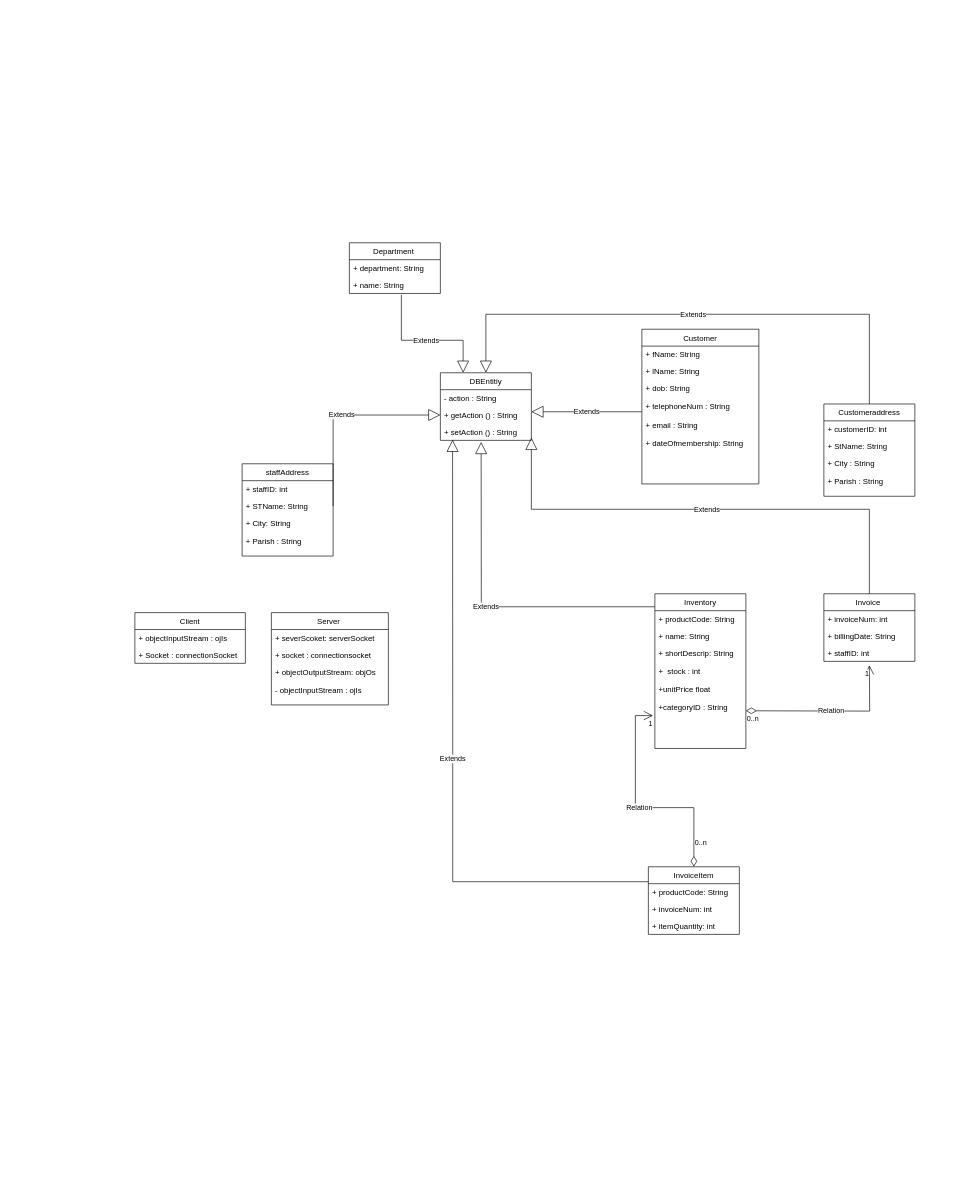
Before: page "UML DIAGRAM" (2 of 2) of Documentation/Diagrams/Group Project Diagrams.drawio in SCIT-Group-Project-2021/AP-Group-Project-2022, a draw.io diagram. Source tidied: cells renumbered, new cells numbered last; positions are measured from the earlier drawing's top-left corner, leaving out a move shared by most shapes. Both pictures are drawn from the tidied source at 65%, with x=0, y=0 at pixel (135, 242).
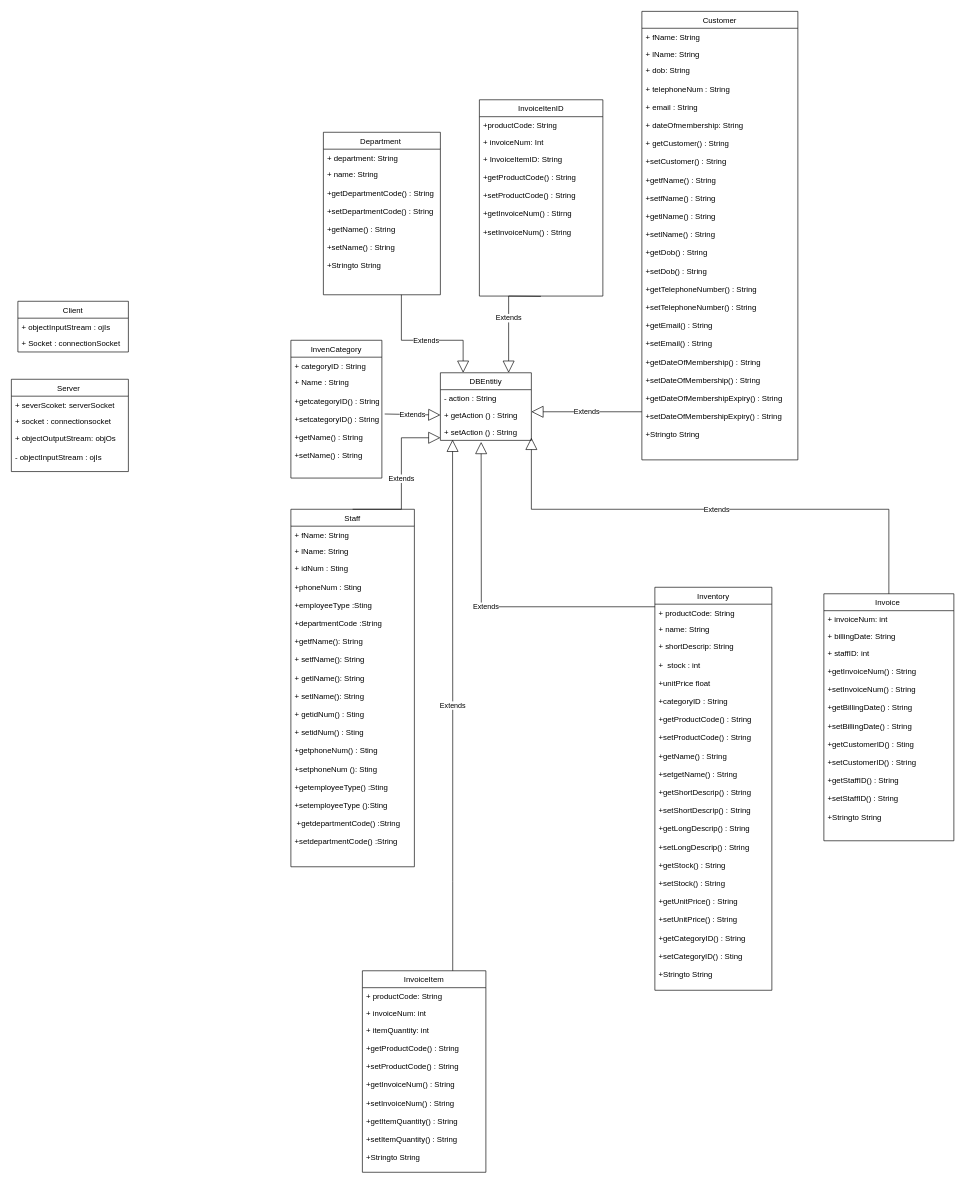
After the change.

Unchanged cells that the change refers to:
```xml
<mxCell id="29" value="DBEntitiy" style="swimlane;fontStyle=0;horizontal=1;startSize=26;fillColor=none;" parent="1" vertex="1">
  <mxGeometry x="470" y="200" width="140" height="104" as="geometry" />
</mxCell>
<mxCell id="31" value="+ getAction () : String " style="text;strokeColor=none;fillColor=none;align=left;verticalAlign=top;spacingLeft=4;spacingRight=4;overflow=hidden;points=[[0,0.5],[1,0.5]];portConstraint=eastwest;" parent="29" vertex="1">
  <mxGeometry y="52" width="140" height="26" as="geometry" />
</mxCell>
<mxCell id="32" value="+ setAction () : String " style="text;strokeColor=none;fillColor=none;align=left;verticalAlign=top;spacingLeft=4;spacingRight=4;overflow=hidden;points=[[0,0.5],[1,0.5]];portConstraint=eastwest;" parent="29" vertex="1">
  <mxGeometry y="78" width="140" height="26" as="geometry" />
</mxCell>
```

Diff of the diagram source:
```diff
@@
     <mxCell id="2" value="Customer" style="swimlane;fontStyle=0;horizontal=1;startSize=26;fillColor=none;" parent="1" vertex="1">
-      <mxGeometry x="780" y="133" width="180" height="238" as="geometry" />
+      <mxGeometry x="780" y="-356" width="240" height="690" as="geometry" />
     </mxCell>
     <mxCell id="3" value="+ fName: String" style="text;strokeColor=none;fillColor=none;align=left;verticalAlign=top;spacingLeft=4;spacingRight=4;overflow=hidden;" parent="2" vertex="1">
-      <mxGeometry y="26" width="180" height="26" as="geometry" />
+      <mxGeometry y="26" width="240" height="26" as="geometry" />
     </mxCell>
     <mxCell id="4" value="+ lName: String" style="text;strokeColor=none;fillColor=none;align=left;verticalAlign=top;spacingLeft=4;spacingRight=4;overflow=hidden;" parent="2" vertex="1">
-      <mxGeometry y="52" width="180" height="26" as="geometry" />
+      <mxGeometry y="52" width="240" height="26" as="geometry" />
     </mxCell>
-    <mxCell id="5" value="+ dob: String &#10;&#10;+ telephoneNum : String&#10;&#10;+ email : String &#10;&#10;+ dateOfmembership: String " style="text;strokeColor=none;fillColor=none;align=left;verticalAlign=top;spacingLeft=4;spacingRight=4;overflow=hidden;" parent="2" vertex="1">
-      <mxGeometry y="78" width="180" height="160" as="geometry" />
+    <mxCell id="5" value="+ dob: String &#10;&#10;+ telephoneNum : String&#10;&#10;+ email : String &#10;&#10;+ dateOfmembership: String&#10;&#10;+ getCustomer() : String &#10;&#10;+setCustomer() : String &#10;&#10;+getfName() : String &#10;&#10;+setfName() : String &#10;&#10;+getlName() : String &#10;&#10;+setlName() : String &#10;&#10;+getDob() : String &#10;&#10;+setDob() : String &#10;&#10;+getTelephoneNumber() : String &#10;&#10;+setTelephoneNumber() : String&#10;&#10;+getEmail() : String &#10;&#10;+setEmail() : String   &#10;&#10;+getDateOfMembership() : String&#10;&#10;+setDateOfMembership() : String &#10;&#10;+getDateOfMembershipExpiry() : String  &#10;&#10;+setDateOfMembershipExpiry() : String &#10;&#10;+Stringto String &#10;" style="text;strokeColor=none;fillColor=none;align=left;verticalAlign=top;spacingLeft=4;spacingRight=4;overflow=hidden;" parent="2" vertex="1">
+      <mxGeometry y="78" width="240" height="612" as="geometry" />
     </mxCell>
-    <mxCell id="6" value="Customeraddress" style="swimlane;fontStyle=0;horizontal=1;startSize=26;fillColor=none;" parent="1" vertex="1">
-      <mxGeometry x="1060" y="248" width="140" height="142" as="geometry" />
-    </mxCell>
-    <mxCell id="7" value="+ customerID: int" style="text;strokeColor=none;fillColor=none;align=left;verticalAlign=top;spacingLeft=4;spacingRight=4;overflow=hidden;" parent="6" vertex="1">
-      <mxGeometry y="26" width="140" height="26" as="geometry" />
-    </mxCell>
-    <mxCell id="8" value="+ StName: String" style="text;strokeColor=none;fillColor=none;align=left;verticalAlign=top;spacingLeft=4;spacingRight=4;overflow=hidden;" parent="6" vertex="1">
-      <mxGeometry y="52" width="140" height="26" as="geometry" />
-    </mxCell>
-    <mxCell id="9" value="+ City : String&#10;&#10;+ Parish : String " style="text;strokeColor=none;fillColor=none;align=left;verticalAlign=top;spacingLeft=4;spacingRight=4;overflow=hidden;" parent="6" vertex="1">
-      <mxGeometry y="78" width="140" height="64" as="geometry" />
-    </mxCell>
     <mxCell id="10" value="Department " style="swimlane;fontStyle=0;horizontal=1;startSize=26;fillColor=none;" parent="1" vertex="1">
-      <mxGeometry x="330" width="140" height="78" as="geometry" />
+      <mxGeometry x="290" y="-170" width="180" height="250" as="geometry" />
     </mxCell>
     <mxCell id="11" value="+ department: String " style="text;strokeColor=none;fillColor=none;align=left;verticalAlign=top;spacingLeft=4;spacingRight=4;overflow=hidden;" parent="10" vertex="1">
-      <mxGeometry y="26" width="140" height="26" as="geometry" />
+      <mxGeometry y="26" width="180" height="26" as="geometry" />
     </mxCell>
-    <mxCell id="12" value="+ name: String " style="text;strokeColor=none;fillColor=none;align=left;verticalAlign=top;spacingLeft=4;spacingRight=4;overflow=hidden;" parent="10" vertex="1">
-      <mxGeometry y="52" width="140" height="26" as="geometry" />
+    <mxCell id="12" value="+ name: String&#10;&#10;+getDepartmentCode() : String&#10;&#10;+setDepartmentCode() : String &#10;&#10;+getName() : String &#10;&#10;+setName() : String &#10;&#10;+Stringto String   " style="text;strokeColor=none;fillColor=none;align=left;verticalAlign=top;spacingLeft=4;spacingRight=4;overflow=hidden;" parent="10" vertex="1">
+      <mxGeometry y="52" width="180" height="198" as="geometry" />
     </mxCell>
     <mxCell id="13" value="InvoiceItem" style="swimlane;fontStyle=0;horizontal=1;startSize=26;fillColor=none;" parent="1" vertex="1">
-      <mxGeometry x="790" y="960" width="140" height="104" as="geometry" />
+      <mxGeometry x="350" y="1120" width="190" height="310" as="geometry" />
     </mxCell>
     <mxCell id="14" value="+ productCode: String" style="text;strokeColor=none;fillColor=none;align=left;verticalAlign=top;spacingLeft=4;spacingRight=4;overflow=hidden;" parent="13" vertex="1">
-      <mxGeometry y="26" width="140" height="26" as="geometry" />
+      <mxGeometry y="26" width="190" height="26" as="geometry" />
     </mxCell>
     <mxCell id="15" value="+ invoiceNum: int" style="text;strokeColor=none;fillColor=none;align=left;verticalAlign=top;spacingLeft=4;spacingRight=4;overflow=hidden;" parent="13" vertex="1">
-      <mxGeometry y="52" width="140" height="26" as="geometry" />
+      <mxGeometry y="52" width="190" height="26" as="geometry" />
     </mxCell>
-    <mxCell id="16" value="+ itemQuantity: int" style="text;strokeColor=none;fillColor=none;align=left;verticalAlign=top;spacingLeft=4;spacingRight=4;overflow=hidden;" parent="13" vertex="1">
-      <mxGeometry y="78" width="140" height="26" as="geometry" />
+    <mxCell id="16" value="+ itemQuantity: int&#10;&#10;+getProductCode() : String &#10;&#10;+setProductCode() : String &#10;&#10;+getInvoiceNum() : String&#10;&#10;+setInvoiceNum() : String &#10;&#10;+getItemQuantity() : String &#10;&#10;+setItemQuantity() : String &#10;&#10;+Stringto String " style="text;strokeColor=none;fillColor=none;align=left;verticalAlign=top;spacingLeft=4;spacingRight=4;overflow=hidden;" parent="13" vertex="1">
+      <mxGeometry y="78" width="190" height="232" as="geometry" />
     </mxCell>
     <mxCell id="17" value="Inventory" style="swimlane;fontStyle=0;horizontal=1;startSize=26;fillColor=none;" parent="1" vertex="1">
-      <mxGeometry x="800" y="540" width="140" height="238" as="geometry" />
+      <mxGeometry x="800" y="530" width="180" height="620" as="geometry" />
     </mxCell>
     <mxCell id="18" value="+ productCode: String " style="text;strokeColor=none;fillColor=none;align=left;verticalAlign=top;spacingLeft=4;spacingRight=4;overflow=hidden;" parent="17" vertex="1">
-      <mxGeometry y="26" width="140" height="26" as="geometry" />
+      <mxGeometry y="26" width="180" height="26" as="geometry" />
     </mxCell>
     <mxCell id="19" value="+ name: String" style="text;strokeColor=none;fillColor=none;align=left;verticalAlign=top;spacingLeft=4;spacingRight=4;overflow=hidden;" parent="17" vertex="1">
-      <mxGeometry y="52" width="140" height="26" as="geometry" />
+      <mxGeometry y="52" width="180" height="26" as="geometry" />
     </mxCell>
-    <mxCell id="20" value="+ shortDescrip: String&#10;&#10;+  stock : int&#10;&#10;+unitPrice float&#10;&#10;+categoryID : String  " style="text;strokeColor=none;fillColor=none;align=left;verticalAlign=top;spacingLeft=4;spacingRight=4;overflow=hidden;points=[[0,0.5],[1,0.5]];portConstraint=eastwest;" parent="17" vertex="1">
-      <mxGeometry y="78" width="140" height="160" as="geometry" />
+    <mxCell id="20" value="+ shortDescrip: String&#10;&#10;+  stock : int&#10;&#10;+unitPrice float&#10;&#10;+categoryID : String&#10;&#10;+getProductCode() : String &#10;&#10;+setProductCode() : String &#10;&#10;+getName() : String &#10;&#10;+setgetName() : String &#10;&#10;+getShortDescrip() : String &#10;&#10;+setShortDescrip() : String &#10;&#10;+getLongDescrip() : String &#10;&#10;+setLongDescrip() : String&#10;&#10;+getStock() : String &#10;&#10;+setStock() : String &#10;&#10;+getUnitPrice() : String &#10;&#10;+setUnitPrice() : String &#10;&#10;+getCategoryID() : String &#10;&#10;+setCategoryID() : Sting &#10;&#10;+Stringto String &#10;&#10;&#10;&#10;  " style="text;strokeColor=none;fillColor=none;align=left;verticalAlign=top;spacingLeft=4;spacingRight=4;overflow=hidden;points=[[0,0.5],[1,0.5]];portConstraint=eastwest;" parent="17" vertex="1">
+      <mxGeometry y="78" width="180" height="542" as="geometry" />
     </mxCell>
     <mxCell id="21" value="Invoice " style="swimlane;fontStyle=0;horizontal=1;startSize=26;fillColor=none;" parent="1" vertex="1">
-      <mxGeometry x="1060" y="540" width="140" height="104" as="geometry" />
+      <mxGeometry x="1060" y="540" width="200" height="380" as="geometry" />
     </mxCell>
     <mxCell id="22" value="+ invoiceNum: int" style="text;strokeColor=none;fillColor=none;align=left;verticalAlign=top;spacingLeft=4;spacingRight=4;overflow=hidden;" parent="21" vertex="1">
-      <mxGeometry y="26" width="140" height="26" as="geometry" />
+      <mxGeometry y="26" width="200" height="26" as="geometry" />
     </mxCell>
     <mxCell id="23" value="+ billingDate: String" style="text;strokeColor=none;fillColor=none;align=left;verticalAlign=top;spacingLeft=4;spacingRight=4;overflow=hidden;" parent="21" vertex="1">
-      <mxGeometry y="52" width="140" height="26" as="geometry" />
+      <mxGeometry y="52" width="200" height="26" as="geometry" />
     </mxCell>
-    <mxCell id="24" value="+ staffID: int" style="text;strokeColor=none;fillColor=none;align=left;verticalAlign=top;spacingLeft=4;spacingRight=4;overflow=hidden;" parent="21" vertex="1">
-      <mxGeometry y="78" width="140" height="26" as="geometry" />
+    <mxCell id="24" value="+ staffID: int&#10;&#10;+getInvoiceNum() : String &#10;&#10;+setInvoiceNum() : String &#10;&#10;+getBillingDate() : String &#10;&#10;+setBillingDate() : String&#10;&#10;+getCustomerID() : Sting &#10;&#10;+setCustomerID() : String &#10;&#10;+getStaffID() : String &#10;&#10;+setStaffID() : String &#10;&#10;+Stringto String " style="text;strokeColor=none;fillColor=none;align=left;verticalAlign=top;spacingLeft=4;spacingRight=4;overflow=hidden;" parent="21" vertex="1">
+      <mxGeometry y="78" width="200" height="302" as="geometry" />
     </mxCell>
-    <mxCell id="25" value="staffAddress" style="swimlane;fontStyle=0;horizontal=1;startSize=26;fillColor=none;" parent="1" vertex="1">
-      <mxGeometry x="165" y="340" width="140" height="142" as="geometry" />
-    </mxCell>
-    <mxCell id="26" value="+ staffID: int" style="text;strokeColor=none;fillColor=none;align=left;verticalAlign=top;spacingLeft=4;spacingRight=4;overflow=hidden;" parent="25" vertex="1">
-      <mxGeometry y="26" width="140" height="26" as="geometry" />
-    </mxCell>
-    <mxCell id="27" value="+ STName: String " style="text;strokeColor=none;fillColor=none;align=left;verticalAlign=top;spacingLeft=4;spacingRight=4;overflow=hidden;points=[[0,0.5],[1,0.5]];portConstraint=eastwest;" parent="25" vertex="1">
-      <mxGeometry y="52" width="140" height="26" as="geometry" />
-    </mxCell>
-    <mxCell id="28" value="+ City: String&#10;&#10;+ Parish : String  " style="text;strokeColor=none;fillColor=none;align=left;verticalAlign=top;spacingLeft=4;spacingRight=4;overflow=hidden;" parent="25" vertex="1">
-      <mxGeometry y="78" width="140" height="64" as="geometry" />
-    </mxCell>
@@
     <mxCell id="33" value="Server " style="swimlane;fontStyle=0;horizontal=1;startSize=26;fillColor=none;" parent="1" vertex="1">
-      <mxGeometry x="210" y="569" width="180" height="142" as="geometry" />
+      <mxGeometry x="-190" y="210" width="180" height="142" as="geometry" />
     </mxCell>
@@
     <mxCell id="37" value="Client" style="swimlane;fontStyle=0;horizontal=1;startSize=26;fillColor=none;" parent="1" vertex="1">
-      <mxGeometry y="569" width="170" height="78" as="geometry" />
+      <mxGeometry x="-180" y="90" width="170" height="78" as="geometry" />
     </mxCell>
@@
-    <mxCell id="41" value="Extends" style="endArrow=none;endSize=6;endFill=0;html=1;rounded=0;exitX=0.5;exitY=0;exitDx=0;exitDy=0;entryX=0.5;entryY=0;entryDx=0;entryDy=0;startArrow=block;startFill=0;targetPerimeterSpacing=0;sourcePerimeterSpacing=0;startSize=16;" parent="1" edge="1" source="29" target="6">
-      <mxGeometry relative="1" as="geometry">
-        <Array as="points">
-          <mxPoint x="540" y="110" />
-          <mxPoint x="1130" y="110" />
-        </Array>
-      </mxGeometry>
-    </mxCell>
     <mxCell id="42" value="Extends" style="endArrow=block;endSize=16;endFill=0;html=1;rounded=0;exitX=0.5;exitY=0;exitDx=0;exitDy=0;" parent="1" edge="1" source="21">
       <mxGeometry relative="1" as="geometry">
         <mxPoint x="610" y="300" as="targetPoint" />
         <Array as="points">
-          <mxPoint x="1130" y="410" />
+          <mxPoint x="1160" y="410" />
           <mxPoint x="610" y="410" />
         </Array>
       </mxGeometry>
     </mxCell>
-    <mxCell id="43" value="Relation" style="endArrow=open;html=1;endSize=12;startArrow=diamondThin;startSize=14;startFill=0;edgeStyle=orthogonalEdgeStyle;rounded=0;" parent="1" edge="1">
-      <mxGeometry relative="1" as="geometry">
-        <mxPoint x="940" y="720" as="sourcePoint" />
-        <mxPoint x="1130" y="650" as="targetPoint" />
-      </mxGeometry>
-    </mxCell>
-    <mxCell id="44" value="0..n" style="edgeLabel;html=1;align=left;verticalAlign=top;" parent="43" vertex="1">
-      <mxGeometry x="-1" relative="1" as="geometry" />
-    </mxCell>
-    <mxCell id="45" value="1" style="edgeLabel;html=1;align=right;verticalAlign=top;" parent="43" vertex="1">
-      <mxGeometry x="1" relative="1" as="geometry" />
-    </mxCell>
-    <mxCell id="46" value="Relation" style="endArrow=open;html=1;endSize=12;startArrow=diamondThin;startSize=14;startFill=0;edgeStyle=orthogonalEdgeStyle;rounded=0;exitX=0.5;exitY=0;exitDx=0;exitDy=0;entryX=-0.021;entryY=0.684;entryDx=0;entryDy=0;entryPerimeter=0;" parent="1" edge="1" source="13" target="20">
-      <mxGeometry relative="1" as="geometry">
-        <Array as="points">
-          <mxPoint x="860" y="869" />
-          <mxPoint x="770" y="869" />
-          <mxPoint x="770" y="727" />
-        </Array>
-      </mxGeometry>
-    </mxCell>
-    <mxCell id="47" value="0..n" style="edgeLabel;html=1;align=left;verticalAlign=top;" parent="46" vertex="1">
-      <mxGeometry x="-1" relative="1" as="geometry">
-        <mxPoint y="-50" as="offset" />
-      </mxGeometry>
-    </mxCell>
-    <mxCell id="48" value="1" style="edgeLabel;html=1;align=right;verticalAlign=top;" parent="46" vertex="1">
-      <mxGeometry x="1" relative="1" as="geometry" />
-    </mxCell>
@@
     <mxCell id="50" value="Extends" style="endArrow=block;endSize=16;endFill=0;html=1;rounded=0;entryX=0.134;entryY=0.962;entryDx=0;entryDy=0;entryPerimeter=0;" parent="1" edge="1" target="32">
       <mxGeometry relative="1" as="geometry">
-        <mxPoint x="790" y="983" as="sourcePoint" />
+        <mxPoint x="489" y="1120" as="sourcePoint" />
         <Array as="points">
           <mxPoint x="489" y="983" />
           <mxPoint x="489" y="710" />
         </Array>
       </mxGeometry>
     </mxCell>
-    <mxCell id="51" value="Extends" style="endArrow=block;endSize=16;endFill=0;html=1;rounded=0;exitX=1;exitY=0.5;exitDx=0;exitDy=0;entryX=0;entryY=0.5;entryDx=0;entryDy=0;" parent="1" edge="1" source="27" target="31">
-      <mxGeometry relative="1" as="geometry">
-        <Array as="points">
-          <mxPoint x="305" y="265" />
-        </Array>
-      </mxGeometry>
-    </mxCell>
@@
+    <mxCell id="53" value="InvoiceItenID" style="swimlane;fontStyle=0;horizontal=1;startSize=26;fillColor=none;" parent="1" vertex="1">
+      <mxGeometry x="530" y="-220" width="190" height="302" as="geometry" />
+    </mxCell>
+    <mxCell id="54" value="+productCode: String " style="text;strokeColor=none;fillColor=none;align=left;verticalAlign=top;spacingLeft=4;spacingRight=4;overflow=hidden;" parent="53" vertex="1">
+      <mxGeometry y="26" width="190" height="26" as="geometry" />
+    </mxCell>
+    <mxCell id="55" value="+ invoiceNum: Int " style="text;strokeColor=none;fillColor=none;align=left;verticalAlign=top;spacingLeft=4;spacingRight=4;overflow=hidden;" parent="53" vertex="1">
+      <mxGeometry y="52" width="190" height="26" as="geometry" />
+    </mxCell>
+    <mxCell id="56" value="+ InvoiceItemID: String&#10;&#10;+getProductCode() : String &#10;&#10;+setProductCode() : String&#10;&#10;+getInvoiceNum() : Stirng &#10;&#10;+setInvoiceNum() : String&#10; &#10;" style="text;strokeColor=none;fillColor=none;align=left;verticalAlign=top;spacingLeft=4;spacingRight=4;overflow=hidden;points=[[0,0.5],[1,0.5]];portConstraint=eastwest;" parent="53" vertex="1">
+      <mxGeometry y="78" width="190" height="224" as="geometry" />
+    </mxCell>
+    <mxCell id="57" value="Extends" style="endArrow=block;endSize=16;endFill=0;html=1;rounded=0;exitX=0.498;exitY=1.002;exitDx=0;exitDy=0;exitPerimeter=0;entryX=0.75;entryY=0;entryDx=0;entryDy=0;" parent="1" edge="1" source="56" target="29">
+      <mxGeometry relative="1" as="geometry">
+        <Array as="points">
+          <mxPoint x="575" y="82" />
+        </Array>
+      </mxGeometry>
+    </mxCell>
+    <mxCell id="58" value="InvenCategory" style="swimlane;fontStyle=0;horizontal=1;startSize=26;fillColor=none;" parent="1" vertex="1">
+      <mxGeometry x="240" y="150" width="140" height="212" as="geometry" />
+    </mxCell>
+    <mxCell id="59" value="+ categoryID : String " style="text;strokeColor=none;fillColor=none;align=left;verticalAlign=top;spacingLeft=4;spacingRight=4;overflow=hidden;" parent="58" vertex="1">
+      <mxGeometry y="26" width="140" height="26" as="geometry" />
+    </mxCell>
+    <mxCell id="60" value="+ Name : String &#10;&#10;+getcategoryID() : String &#10;&#10;+setcategoryID() : String&#10;&#10;+getName() : String &#10;&#10;+setName() : String  &#10;" style="text;strokeColor=none;fillColor=none;align=left;verticalAlign=top;spacingLeft=4;spacingRight=4;overflow=hidden;points=[[0,0.5],[1,0.5]];portConstraint=eastwest;" parent="58" vertex="1">
+      <mxGeometry y="52" width="140" height="160" as="geometry" />
+    </mxCell>
+    <mxCell id="61" value="Extends" style="endArrow=block;endSize=16;endFill=0;html=1;rounded=0;exitX=1.031;exitY=0.384;exitDx=0;exitDy=0;exitPerimeter=0;entryX=0;entryY=0.5;entryDx=0;entryDy=0;" parent="1" edge="1" source="60" target="31">
+      <mxGeometry relative="1" as="geometry" />
+    </mxCell>
+    <mxCell id="62" value="Staff" style="swimlane;fontStyle=0;horizontal=1;startSize=26;fillColor=none;" parent="1" vertex="1">
+      <mxGeometry x="240" y="410" width="190" height="550" as="geometry" />
+    </mxCell>
+    <mxCell id="63" value="+ fName: String " style="text;strokeColor=none;fillColor=none;align=left;verticalAlign=top;spacingLeft=4;spacingRight=4;overflow=hidden;" parent="62" vertex="1">
+      <mxGeometry y="26" width="190" height="26" as="geometry" />
+    </mxCell>
+    <mxCell id="64" value="+ lName: String" style="text;strokeColor=none;fillColor=none;align=left;verticalAlign=top;spacingLeft=4;spacingRight=4;overflow=hidden;" parent="62" vertex="1">
+      <mxGeometry y="52" width="190" height="26" as="geometry" />
+    </mxCell>
+    <mxCell id="65" value="+ idNum : Sting&#10;&#10;+phoneNum : Sting &#10;&#10;+employeeType :Sting &#10;&#10;+departmentCode :String&#10;&#10;+getfName(): String &#10;&#10;+ setfName(): String &#10;&#10;+ getlName(): String&#10;&#10;+ setlName(): String&#10;&#10;+ getidNum() : Sting&#10;&#10;+ setidNum() : Sting&#10;&#10;+getphoneNum() : Sting &#10;&#10;+setphoneNum (): Sting &#10;&#10;+getemployeeType() :Sting &#10;&#10;+setemployeeType ():Sting&#10;&#10; +getdepartmentCode() :String&#10;&#10;+setdepartmentCode() :String&#10; " style="text;strokeColor=none;fillColor=none;align=left;verticalAlign=top;spacingLeft=4;spacingRight=4;overflow=hidden;" parent="62" vertex="1">
+      <mxGeometry y="78" width="190" height="472" as="geometry" />
+    </mxCell>
+    <mxCell id="66" value="Extends" style="endArrow=block;endSize=16;endFill=0;html=1;rounded=0;exitX=0.5;exitY=0;exitDx=0;exitDy=0;" parent="1" edge="1" source="62">
+      <mxGeometry relative="1" as="geometry">
+        <mxPoint x="470" y="300" as="targetPoint" />
+        <Array as="points">
+          <mxPoint x="410" y="410" />
+          <mxPoint x="410" y="300" />
+        </Array>
+      </mxGeometry>
+    </mxCell>
```
